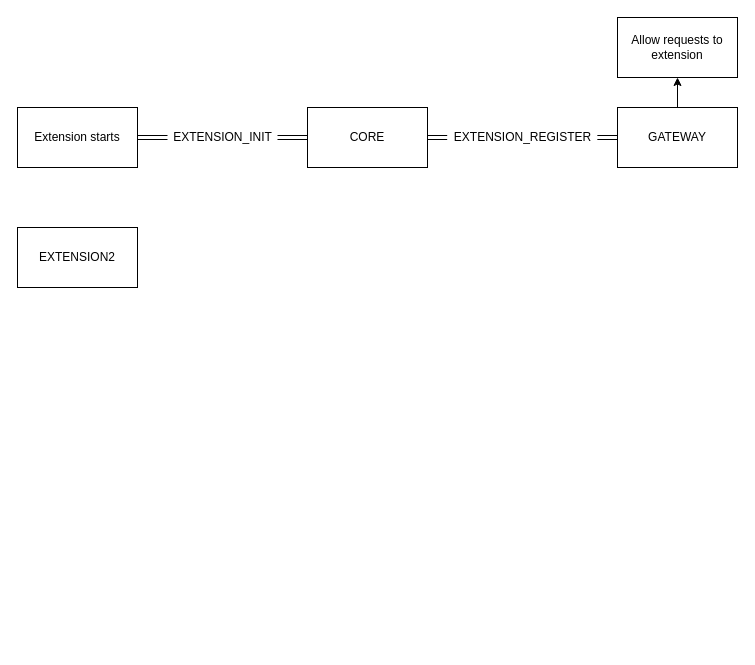
This is MicroserviceLinkingConcept.drawio from rittaschool/diagrams, a draw.io file, before an edit. Source tidied: cells renumbered, new cells numbered last; positions are measured from the earlier drawing's top-left corner, leaving out a move shared by most shapes. Both pictures are drawn from the tidied source at 100%, with x=0, y=0 at pixel (17, 17).
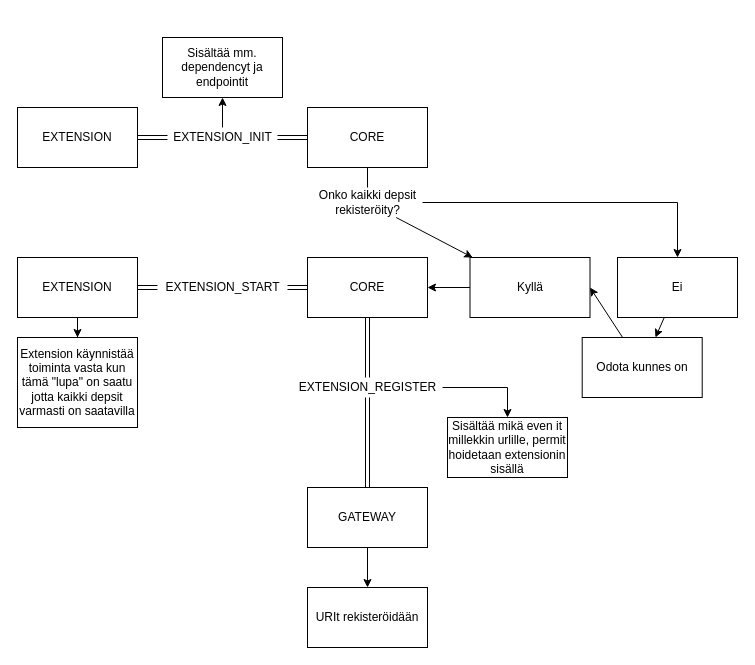
The same diagram, later.

The change refers to these unchanged cells:
```xml
<mxCell id="5" value="CORE" style="whiteSpace=wrap;html=1;" parent="1" vertex="1">
  <mxGeometry x="290" y="90" width="120" height="60" as="geometry" />
</mxCell>
<mxCell id="9" value="EXTENSION_INIT" style="text;html=1;align=center;verticalAlign=middle;points=[];strokeColor=none;fillColor=none;" parent="1" vertex="1">
  <mxGeometry x="150" y="110" width="110" height="20" as="geometry" />
</mxCell>
```

What changed in the source:
```diff
@@
-    <mxCell id="3" value="Extension starts" style="rounded=0;whiteSpace=wrap;html=1;" parent="1" vertex="1">
+    <mxCell id="3" value="EXTENSION" style="rounded=0;whiteSpace=wrap;html=1;" parent="1" vertex="1">
       <mxGeometry y="90" width="120" height="60" as="geometry" />
     </mxCell>
@@
-    <mxCell id="6" value="EXTENSION2" style="rounded=0;whiteSpace=wrap;html=1;" parent="1" vertex="1">
-      <mxGeometry y="210" width="120" height="60" as="geometry" />
-    </mxCell>
-    <mxCell id="7" style="edgeStyle=orthogonalEdgeStyle;rounded=0;jettySize=auto;html=1;exitX=0.5;exitY=0;exitDx=0;exitDy=0;" parent="1" edge="1" source="8" target="13">
+    <mxCell id="7" style="edgeStyle=orthogonalEdgeStyle;rounded=0;jettySize=auto;html=1;exitX=0.5;exitY=1;exitDx=0;exitDy=0;" parent="1" edge="1" source="8" target="13">
       <mxGeometry relative="1" as="geometry" />
     </mxCell>
     <mxCell id="8" value="GATEWAY" style="whiteSpace=wrap;html=1;" parent="1" vertex="1">
-      <mxGeometry x="600" y="90" width="120" height="60" as="geometry" />
+      <mxGeometry x="290" y="470" width="120" height="60" as="geometry" />
     </mxCell>
+    <mxCell id="14" style="edgeStyle=none;rounded=0;jettySize=auto;html=1;startArrow=none;startFill=0;strokeColor=default;" parent="1" edge="1" source="9" target="19">
+      <mxGeometry relative="1" as="geometry" />
+    </mxCell>
@@
+    <mxCell id="15" style="edgeStyle=orthogonalEdgeStyle;rounded=0;jettySize=auto;html=1;" parent="1" edge="1" source="11" target="16">
+      <mxGeometry relative="1" as="geometry" />
+    </mxCell>
     <mxCell id="11" value="EXTENSION_REGISTER" style="text;html=1;align=center;verticalAlign=middle;points=[];strokeColor=none;fillColor=none;" parent="1" vertex="1">
-      <mxGeometry x="429.7" y="110" width="150" height="20" as="geometry" />
+      <mxGeometry x="275" y="360" width="150" height="20" as="geometry" />
     </mxCell>
-    <mxCell id="12" style="edgeStyle=orthogonalEdgeStyle;rounded=0;jettySize=auto;html=1;shape=link;endArrow=none;" parent="1" edge="1" source="5" target="11">
+    <mxCell id="12" style="edgeStyle=orthogonalEdgeStyle;rounded=0;jettySize=auto;html=1;shape=link;endArrow=none;exitX=0.5;exitY=1;exitDx=0;exitDy=0;" parent="1" edge="1" source="31" target="11">
       <mxGeometry relative="1" as="geometry" />
     </mxCell>
-    <mxCell id="13" value="Allow requests to extension" style="rounded=0;whiteSpace=wrap;html=1;" parent="1" vertex="1">
-      <mxGeometry x="600" width="120" height="60" as="geometry" />
+    <mxCell id="13" value="URIt rekisteröidään" style="rounded=0;whiteSpace=wrap;html=1;" parent="1" vertex="1">
+      <mxGeometry x="290" y="570" width="120" height="60" as="geometry" />
     </mxCell>
+    <mxCell id="16" value="Sisältää mikä even it millekkin urlille, permit hoidetaan extensionin sisällä" style="whiteSpace=wrap;html=1;" parent="1" vertex="1">
+      <mxGeometry x="430" y="400" width="120" height="60" as="geometry" />
+    </mxCell>
+    <mxCell id="17" style="edgeStyle=orthogonalEdgeStyle;rounded=0;jettySize=auto;html=1;startArrow=none;startFill=0;strokeColor=default;" parent="1" edge="1" source="18" target="34">
+      <mxGeometry relative="1" as="geometry" />
+    </mxCell>
+    <mxCell id="18" value="EXTENSION" style="rounded=0;whiteSpace=wrap;html=1;" parent="1" vertex="1">
+      <mxGeometry y="240" width="120" height="60" as="geometry" />
+    </mxCell>
+    <mxCell id="19" value="Sisältää mm. dependencyt ja endpointit" style="whiteSpace=wrap;html=1;" parent="1" vertex="1">
+      <mxGeometry x="145" y="20" width="120" height="60" as="geometry" />
+    </mxCell>
+    <mxCell id="20" style="edgeStyle=orthogonalEdgeStyle;jettySize=auto;html=1;startArrow=none;startFill=0;strokeColor=default;rounded=0;" parent="1" edge="1" source="22" target="25">
+      <mxGeometry relative="1" as="geometry" />
+    </mxCell>
+    <mxCell id="21" style="edgeStyle=none;rounded=0;jettySize=auto;html=1;startArrow=none;startFill=0;strokeColor=default;" parent="1" edge="1" source="22" target="29">
+      <mxGeometry relative="1" as="geometry" />
+    </mxCell>
+    <mxCell id="22" value="Onko kaikki depsit&lt;br&gt;rekisteröity?" style="text;html=1;align=center;verticalAlign=middle;points=[];strokeColor=none;fillColor=none;" parent="1" vertex="1">
+      <mxGeometry x="295" y="170" width="110" height="30" as="geometry" />
+    </mxCell>
+    <mxCell id="23" style="edgeStyle=none;rounded=0;jettySize=auto;html=1;startArrow=none;startFill=0;strokeColor=default;endArrow=none;" parent="1" edge="1" source="5" target="22">
+      <mxGeometry relative="1" as="geometry" />
+    </mxCell>
+    <mxCell id="24" style="edgeStyle=none;rounded=0;jettySize=auto;html=1;startArrow=none;startFill=0;strokeColor=default;" parent="1" edge="1" source="25" target="27">
+      <mxGeometry relative="1" as="geometry" />
+    </mxCell>
+    <mxCell id="25" value="Ei" style="whiteSpace=wrap;html=1;" parent="1" vertex="1">
+      <mxGeometry x="600" y="240" width="120" height="60" as="geometry" />
+    </mxCell>
+    <mxCell id="26" style="edgeStyle=none;rounded=0;jettySize=auto;html=1;entryX=1;entryY=0.5;entryDx=0;entryDy=0;startArrow=none;startFill=0;strokeColor=default;" parent="1" edge="1" source="27" target="29">
+      <mxGeometry relative="1" as="geometry" />
+    </mxCell>
+    <mxCell id="27" value="Odota kunnes on" style="whiteSpace=wrap;html=1;" parent="1" vertex="1">
+      <mxGeometry x="564.7" y="320" width="120" height="60" as="geometry" />
+    </mxCell>
+    <mxCell id="28" style="edgeStyle=orthogonalEdgeStyle;rounded=0;jettySize=auto;html=1;entryX=1;entryY=0.5;entryDx=0;entryDy=0;startArrow=none;startFill=0;strokeColor=default;" parent="1" edge="1" source="29" target="31">
+      <mxGeometry relative="1" as="geometry" />
+    </mxCell>
+    <mxCell id="29" value="Kyllä" style="whiteSpace=wrap;html=1;" parent="1" vertex="1">
+      <mxGeometry x="452.5" y="240" width="120" height="60" as="geometry" />
+    </mxCell>
+    <mxCell id="30" style="edgeStyle=orthogonalEdgeStyle;rounded=0;jettySize=auto;html=1;entryX=1;entryY=0.5;entryDx=0;entryDy=0;startArrow=none;startFill=0;strokeColor=default;shape=link;" parent="1" edge="1" source="32" target="18">
+      <mxGeometry relative="1" as="geometry" />
+    </mxCell>
+    <mxCell id="31" value="CORE" style="whiteSpace=wrap;html=1;" parent="1" vertex="1">
+      <mxGeometry x="290" y="240" width="120" height="60" as="geometry" />
+    </mxCell>
+    <mxCell id="32" value="EXTENSION_START" style="text;html=1;align=center;verticalAlign=middle;points=[];strokeColor=none;fillColor=none;" parent="1" vertex="1">
+      <mxGeometry x="140" y="260" width="130" height="20" as="geometry" />
+    </mxCell>
+    <mxCell id="33" style="edgeStyle=orthogonalEdgeStyle;rounded=0;jettySize=auto;html=1;entryX=1;entryY=0.5;entryDx=0;entryDy=0;startArrow=none;startFill=0;strokeColor=default;shape=link;endArrow=none;" parent="1" edge="1" source="31" target="32">
+      <mxGeometry relative="1" as="geometry" />
+    </mxCell>
+    <mxCell id="34" value="Extension käynnistää toiminta vasta kun tämä &quot;lupa&quot; on saatu jotta kaikki depsit varmasti on saatavilla" style="whiteSpace=wrap;html=1;rounded=0;" parent="1" vertex="1">
+      <mxGeometry y="320" width="120" height="90" as="geometry" />
+    </mxCell>
```
